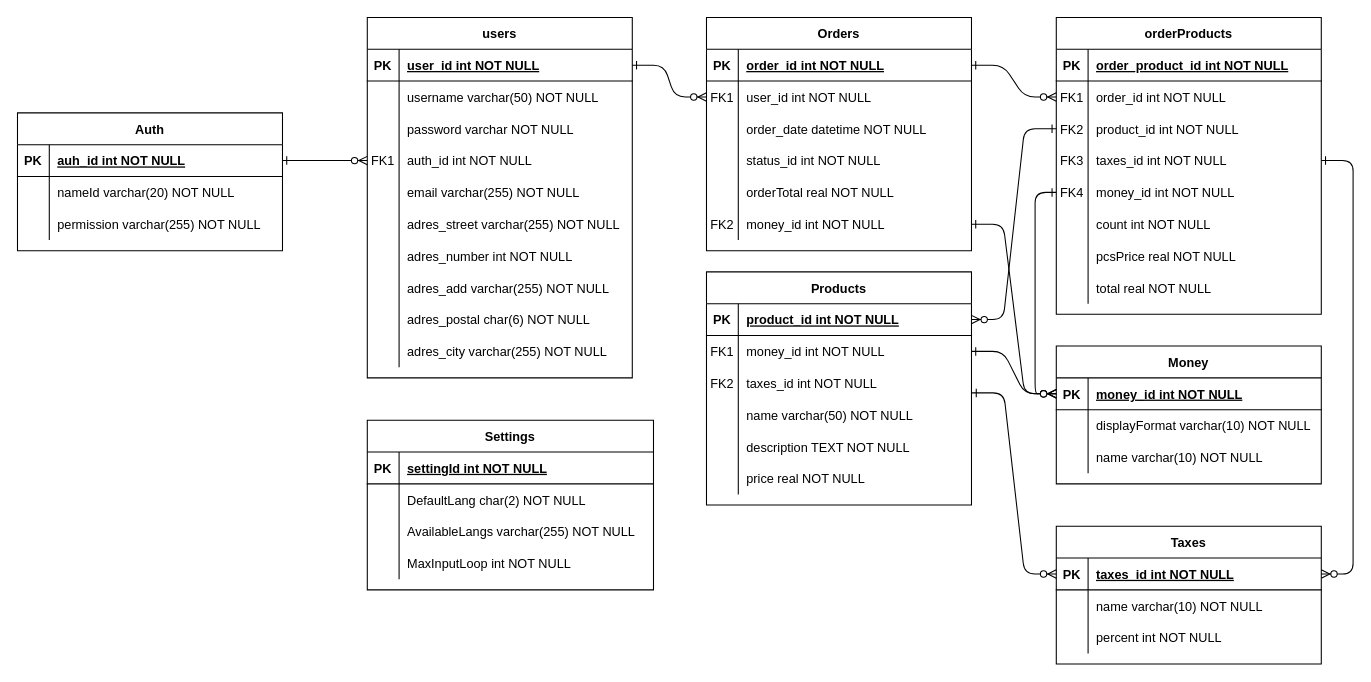
Above: docs/csbCapstone_ERD.drawio in reventcake295/csharp-webshop (draw.io), before the change. Source tidied: cells renumbered, new cells numbered last; positions are measured from the earlier drawing's top-left corner, leaving out a move shared by most shapes. Both pictures are drawn from the tidied source at 106%, with x=0, y=0 at pixel (17, 17).
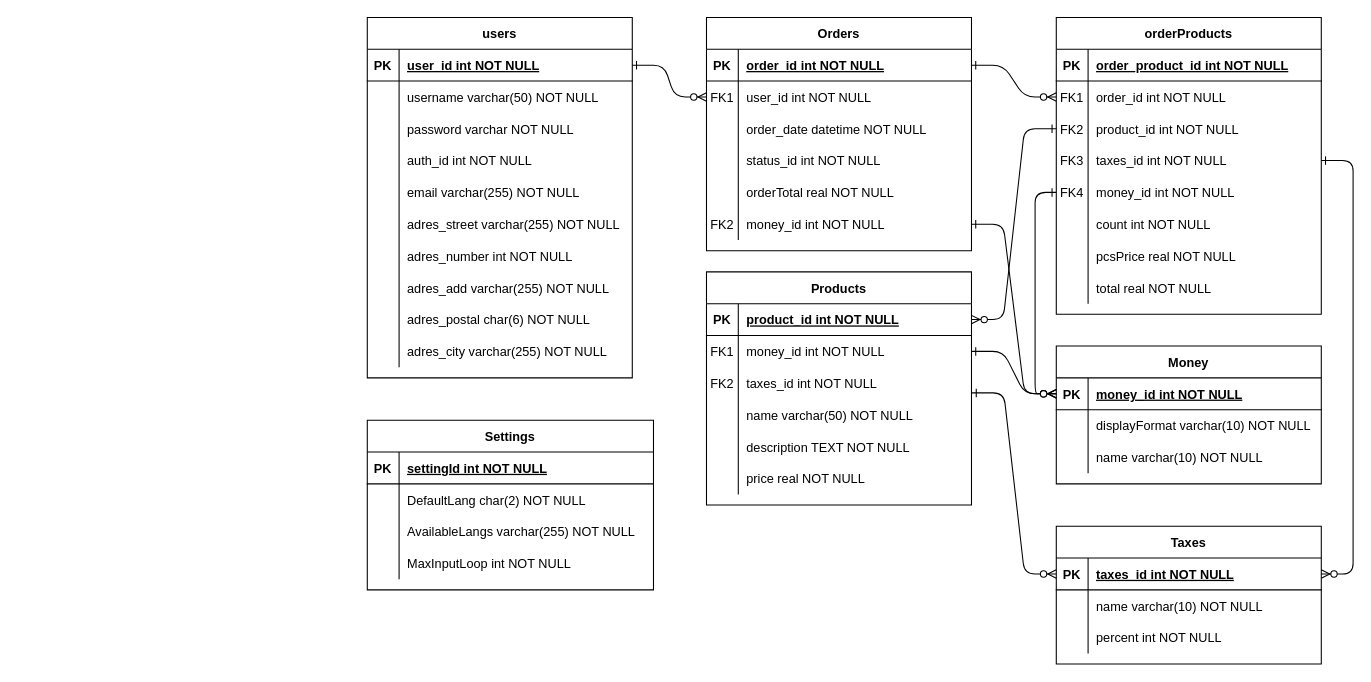
After the change.

The change refers to these unchanged cells:
```xml
<mxCell id="58" style="shape=partialRectangle;fillColor=none;points=[[0,0.5],[1,0.5]];portConstraint=eastwest;top=0;left=0;right=0;bottom=0;" parent="48" vertex="1">
  <mxGeometry y="120" width="250" height="30" as="geometry" />
</mxCell>
```

What changed in the source:
```diff
@@
-    <mxCell id="59" value="FK1" style="shape=partialRectangle;overflow=hidden;fillColor=none;top=0;left=0;bottom=0;right=0;" parent="58" vertex="1">
+    <mxCell id="59" style="shape=partialRectangle;overflow=hidden;fillColor=none;top=0;left=0;bottom=0;right=0;" parent="58" vertex="1">
       <mxGeometry width="30" height="30" as="geometry" />
     </mxCell>
@@
-    <mxCell id="79" value="Auth" style="shape=table;startSize=30;childLayout=tableLayout;rowLines=0;fontStyle=1;align=center;" parent="1" vertex="1">
-      <mxGeometry y="90" width="250" height="130" as="geometry" />
-    </mxCell>
-    <mxCell id="80" style="shape=partialRectangle;fillColor=none;points=[[0,0.5],[1,0.5]];portConstraint=eastwest;top=0;left=0;right=0;bottom=1;" parent="79" vertex="1">
-      <mxGeometry y="30" width="250" height="30" as="geometry" />
-    </mxCell>
-    <mxCell id="81" value="PK" style="shape=partialRectangle;overflow=hidden;fillColor=none;top=0;left=0;bottom=0;right=0;fontStyle=1;" parent="80" vertex="1">
-      <mxGeometry width="30" height="30" as="geometry" />
-    </mxCell>
-    <mxCell id="82" value="auh_id int NOT NULL " style="shape=partialRectangle;overflow=hidden;fillColor=none;top=0;left=0;bottom=0;right=0;align=left;spacingLeft=6;fontStyle=5;" parent="80" vertex="1">
-      <mxGeometry x="30" width="220" height="30" as="geometry" />
-    </mxCell>
-    <mxCell id="83" style="shape=partialRectangle;fillColor=none;top=0;left=0;right=0;bottom=0;" parent="79" vertex="1">
-      <mxGeometry y="60" width="250" height="30" as="geometry" />
-    </mxCell>
-    <mxCell id="84" style="shape=partialRectangle;overflow=hidden;fillColor=none;top=0;left=0;bottom=0;right=0;" parent="83" vertex="1">
-      <mxGeometry width="30" height="30" as="geometry" />
-    </mxCell>
-    <mxCell id="85" value="nameId varchar(20) NOT NULL" style="shape=partialRectangle;overflow=hidden;fillColor=none;top=0;left=0;bottom=0;right=0;align=left;spacingLeft=6;" parent="83" vertex="1">
-      <mxGeometry x="30" width="220" height="30" as="geometry" />
-    </mxCell>
-    <mxCell id="86" style="shape=partialRectangle;fillColor=none;top=0;left=0;right=0;bottom=0;" parent="79" vertex="1">
-      <mxGeometry y="90" width="250" height="30" as="geometry" />
-    </mxCell>
-    <mxCell id="87" style="shape=partialRectangle;overflow=hidden;fillColor=none;top=0;left=0;bottom=0;right=0;" parent="86" vertex="1">
-      <mxGeometry width="30" height="30" as="geometry" />
-    </mxCell>
-    <mxCell id="88" value="permission varchar(255) NOT NULL" style="shape=partialRectangle;overflow=hidden;fillColor=none;top=0;left=0;bottom=0;right=0;align=left;spacingLeft=6;" parent="86" vertex="1">
-      <mxGeometry x="30" width="220" height="30" as="geometry" />
-    </mxCell>
-    <mxCell id="89" style="edgeStyle=entityRelationEdgeStyle;endArrow=ERzeroToMany;startArrow=ERone;endFill=1;startFill=0;entryX=0;entryY=0.5;entryDx=0;entryDy=0;" parent="1" edge="1" source="80" target="58">
-      <mxGeometry relative="1" as="geometry">
-        <Array as="points">
-          <mxPoint x="350" y="190" />
-          <mxPoint x="370" y="260" />
-        </Array>
-      </mxGeometry>
-    </mxCell>
```
